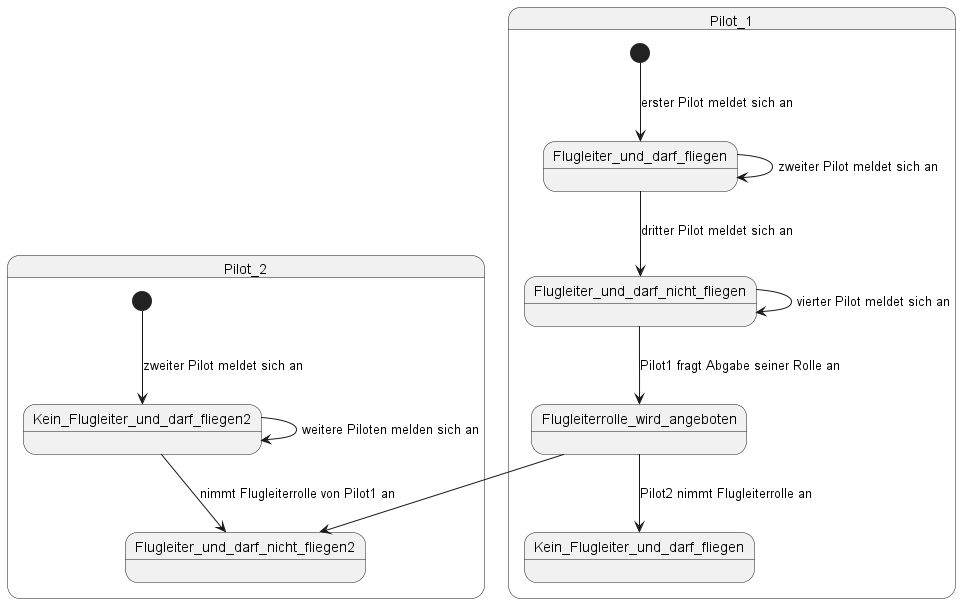
Earlier version of the PlantUML export docs/architecture/images/state-diagram.png (jakobkmar/E09-modellflug-logbuch).
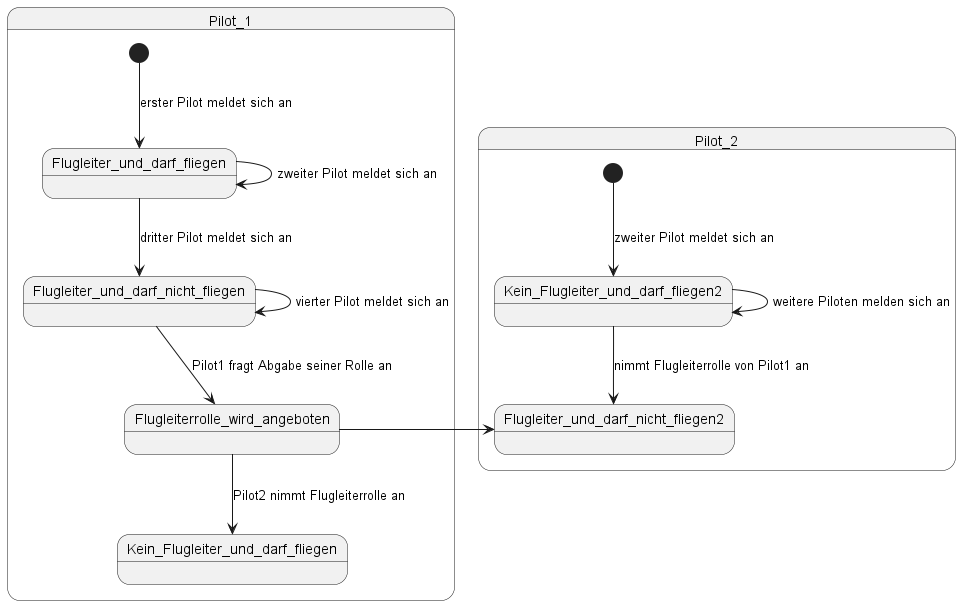
Above is the later version.

Commit message:
state: changed sides of boxes

What changed in the source:
```diff
@@ -21,7 +21,7 @@
     [*] --> Kein_Flugleiter_und_darf_fliegen2: zweiter Pilot meldet sich an
     Kein_Flugleiter_und_darf_fliegen2 --> Kein_Flugleiter_und_darf_fliegen2: weitere Piloten melden sich an
     Kein_Flugleiter_und_darf_fliegen2 --> Flugleiter_und_darf_nicht_fliegen2: nimmt Flugleiterrolle von Pilot1 an
-    Flugleiterrolle_wird_angeboten --> Flugleiter_und_darf_nicht_fliegen2
+    Flugleiterrolle_wird_angeboten -r-> Flugleiter_und_darf_nicht_fliegen2
 }
 
 @enduml
```
